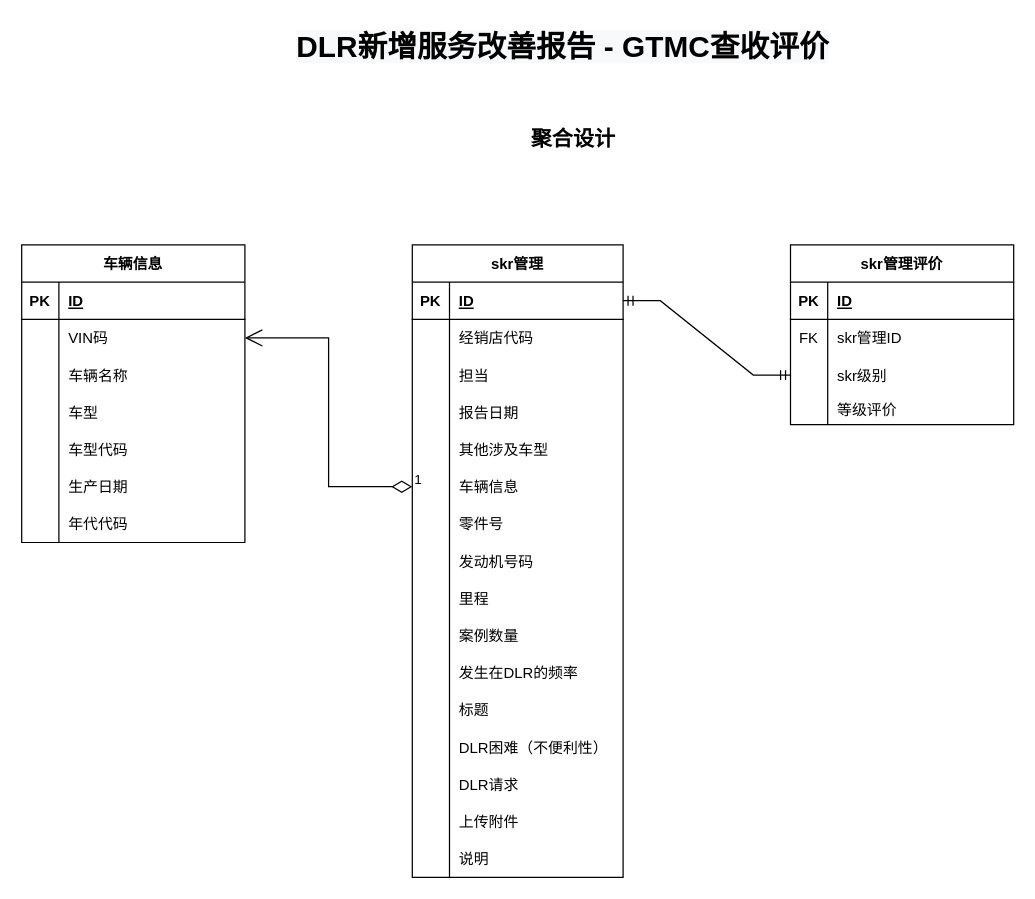
The draw.io diagram page "skr聚合根设计" (1 of 4) of GitTest/WebRoot/WEB-INF/Untitled Diagram.drawio in yinwenwei/testhyinwenwei, before the edit. Source tidied: cells renumbered, new cells numbered last; positions are measured from the earlier drawing's top-left corner, leaving out a move shared by most shapes. Both pictures are drawn from the tidied source at 124%, with x=0, y=0 at pixel (21, 21).
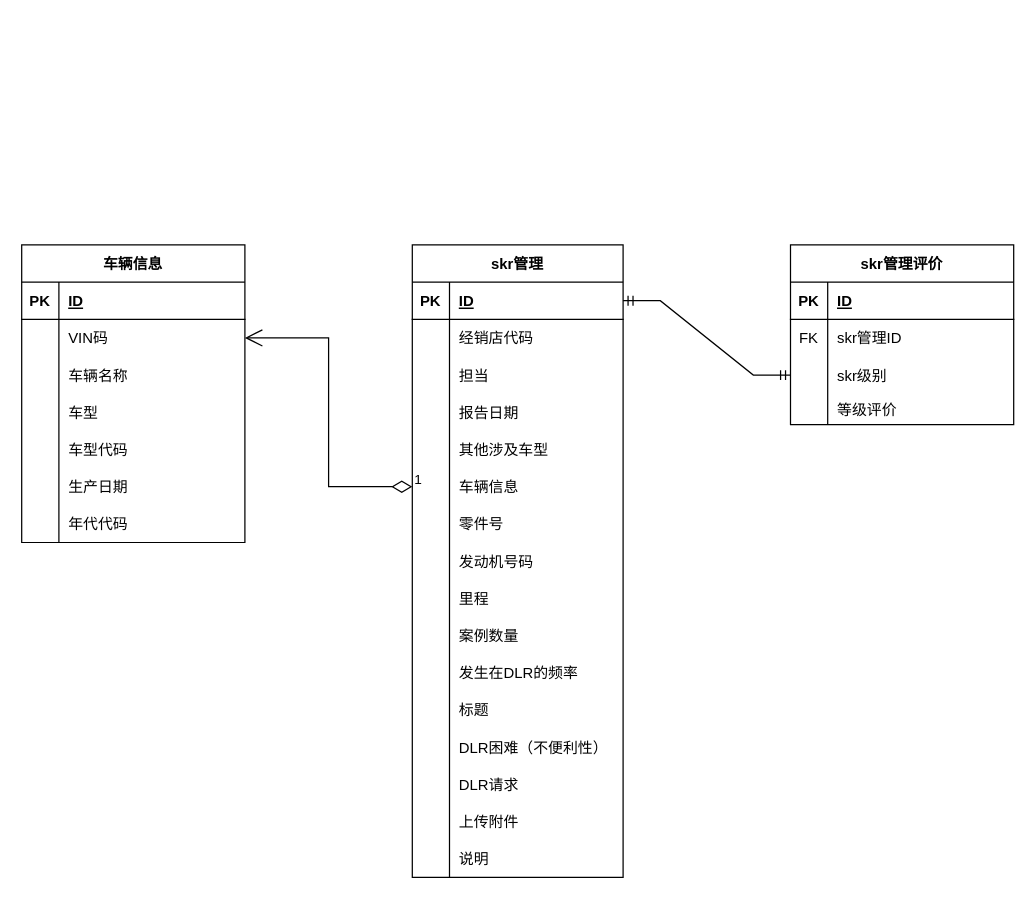
After the change.

Diff of the diagram source:
```diff
@@
-    <mxCell id="2" value="&lt;span style=&quot;color: rgb(0, 0, 0); font-family: helvetica; font-size: 24px; font-style: normal; font-weight: 700; letter-spacing: normal; text-align: center; text-indent: 0px; text-transform: none; word-spacing: 0px; background-color: rgb(248, 249, 250); display: inline; float: none;&quot;&gt;DLR新增服务改善报告 - GTMC查收评价&lt;/span&gt;" style="text;whiteSpace=wrap;html=1;" parent="1" vertex="1">
-      <mxGeometry x="220" width="450" height="30" as="geometry" />
-    </mxCell>
-    <mxCell id="3" value="聚合设计" style="text;align=center;fontStyle=1;verticalAlign=middle;spacingLeft=3;spacingRight=3;labelBackgroundColor=none;labelBorderColor=none;fontSize=17;" parent="1" vertex="1">
-      <mxGeometry x="405" y="80" width="80" height="26" as="geometry" />
-    </mxCell>
```
